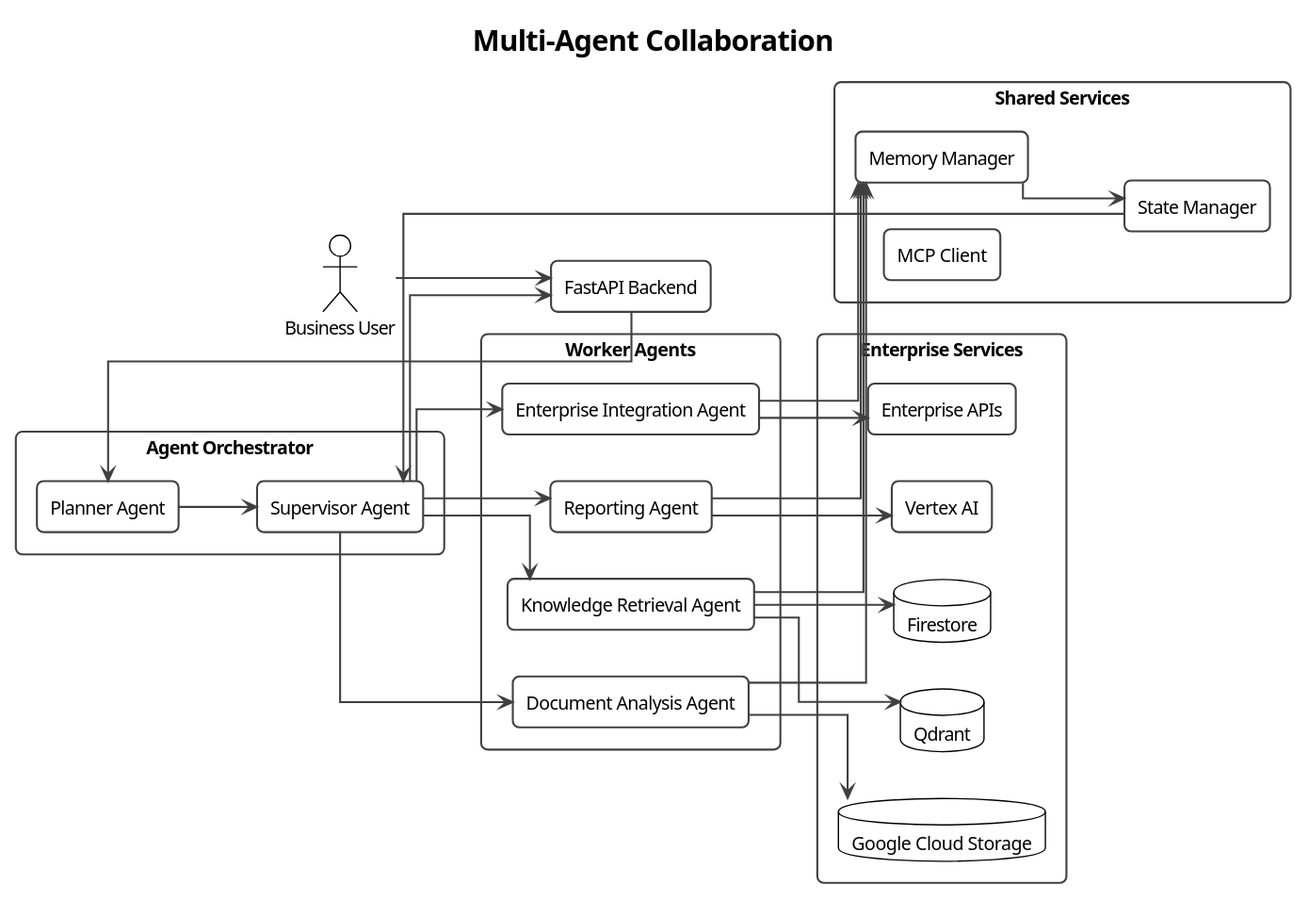
pjagdaley/enterprise-ai-orchestration-platform keeps this PlantUML diagram as docs/diagrams/ai/03-multi-agent-collaboration.svg. Above is the earlier version. The source it was exported from:
```plantuml
@startuml
title Enterprise AI Orchestration Platform
title Multi-Agent Collaboration

!theme plain

left to right direction

skinparam backgroundColor white
skinparam shadowing false
skinparam linetype ortho
skinparam packageStyle rectangle

skinparam defaultFontName Segoe UI
skinparam defaultFontSize 14

skinparam RectangleBorderColor #404040
skinparam RectangleBorderThickness 1.5
skinparam RectangleRoundCorner 10

skinparam PackageBorderColor #404040
skinparam PackageBorderThickness 2

skinparam ArrowThickness 1.5
skinparam ArrowColor #404040

actor "Business User" as User

rectangle "FastAPI Backend" as API

package "Agent Orchestrator" {

    rectangle "Planner Agent" as Planner

    rectangle "Supervisor Agent" as Supervisor

}

package "Worker Agents" {

    rectangle "Knowledge Retrieval Agent" as RetrievalAgent

    rectangle "Document Analysis Agent" as DocumentAgent

    rectangle "Enterprise Integration Agent" as IntegrationAgent

    rectangle "Reporting Agent" as ReportingAgent

}

package "Shared Services" {

    rectangle "Memory Manager" as Memory

    rectangle "State Manager" as State

    rectangle "MCP Client" as MCP

}

package "Enterprise Services" {

    rectangle "Vertex AI" as VertexAI

    database "Qdrant" as Qdrant

    database "Firestore" as Firestore

    database "Google Cloud Storage" as GCS

    rectangle "Enterprise APIs" as EnterpriseAPI

}

User --> API

API --> Planner

Planner --> Supervisor

Supervisor --> RetrievalAgent

Supervisor --> DocumentAgent

Supervisor --> IntegrationAgent

Supervisor --> ReportingAgent

RetrievalAgent --> Qdrant

RetrievalAgent --> Firestore

DocumentAgent --> GCS

IntegrationAgent --> EnterpriseAPI

ReportingAgent --> VertexAI

RetrievalAgent --> Memory

DocumentAgent --> Memory

IntegrationAgent --> Memory

ReportingAgent --> Memory

Memory --> State

State --> Supervisor

Supervisor --> API
@enduml
```
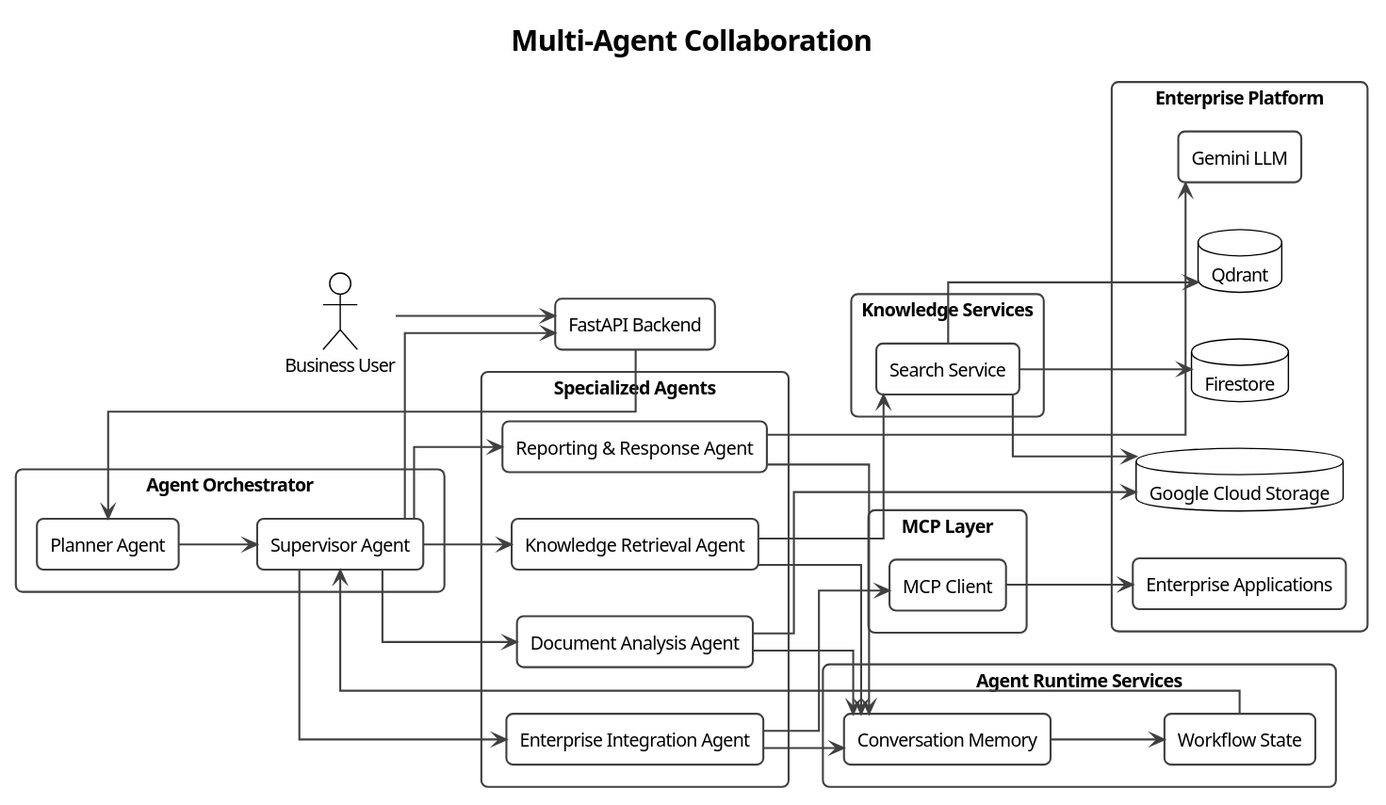
After the change.

The edit, as a diff of the source:
```diff
@@ -36,7 +36,7 @@
 
 }
 
-package "Worker Agents" {
+package "Specialized Agents" {
 
     rectangle "Knowledge Retrieval Agent" as RetrievalAgent
 
@@ -44,23 +44,33 @@
 
     rectangle "Enterprise Integration Agent" as IntegrationAgent
 
-    rectangle "Reporting Agent" as ReportingAgent
+    rectangle "Reporting & Response Agent" as ReportingAgent
 
 }
 
-package "Shared Services" {
+package "Agent Runtime Services" {
 
-    rectangle "Memory Manager" as Memory
+    rectangle "Conversation Memory" as Memory
 
-    rectangle "State Manager" as State
+    rectangle "Workflow State" as State
+
+}
+
+package "Knowledge Services" {
+
+    rectangle "Search Service" as Search
+
+}
+
+package "MCP Layer" {
 
     rectangle "MCP Client" as MCP
 
 }
 
-package "Enterprise Services" {
+package "Enterprise Platform" {
 
-    rectangle "Vertex AI" as VertexAI
+    rectangle "Gemini LLM" as Gemini
 
     database "Qdrant" as Qdrant
 
@@ -68,7 +78,7 @@
 
     database "Google Cloud Storage" as GCS
 
-    rectangle "Enterprise APIs" as EnterpriseAPI
+    rectangle "Enterprise Applications" as EnterpriseApps
 
 }
 
@@ -86,15 +96,21 @@
 
 Supervisor --> ReportingAgent
 
-RetrievalAgent --> Qdrant
+RetrievalAgent --> Search
 
-RetrievalAgent --> Firestore
+Search --> Qdrant
+
+Search --> Firestore
+
+Search --> GCS
 
 DocumentAgent --> GCS
 
-IntegrationAgent --> EnterpriseAPI
+IntegrationAgent --> MCP
 
-ReportingAgent --> VertexAI
+MCP --> EnterpriseApps
+
+ReportingAgent --> Gemini
 
 RetrievalAgent --> Memory
 
```
